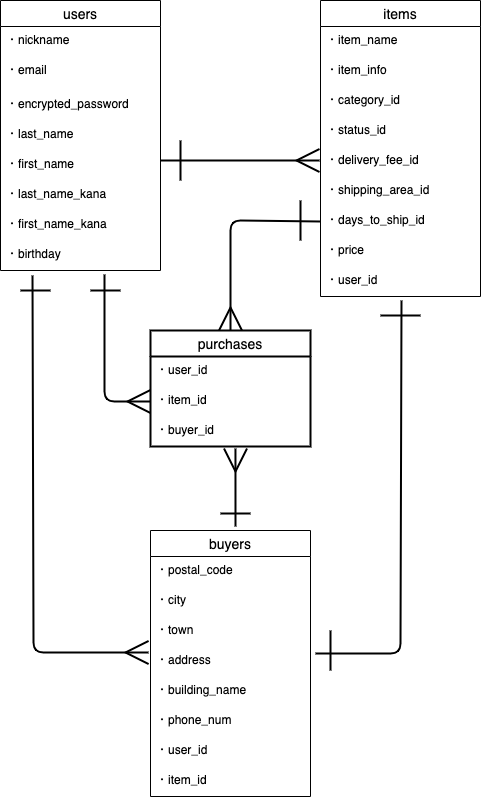
Earlier version of the draw.io export .drawio.png (spice-wasabi/furima-31827). Source tidied: cells renumbered, new cells last; positions are measured from the earlier drawing's top-left corner, leaving out a move shared by most shapes.
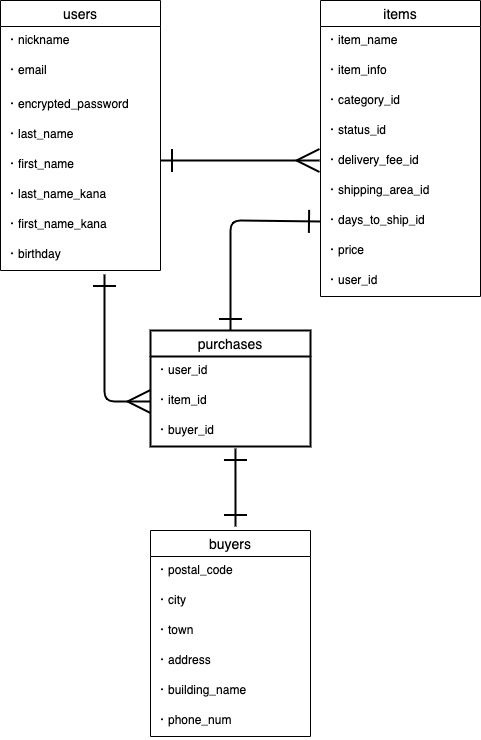
The same file after the commit.

What changed in the source:
```diff
@@ -59,49 +59,14 @@
     <mxCell id="20" value="・user_id" style="text;strokeColor=none;fillColor=none;spacingLeft=4;spacingRight=4;overflow=hidden;points=[[0,0.5],[1,0.5]];portConstraint=eastwest;fontSize=12;" parent="11" vertex="1">
       <mxGeometry y="266" width="160" height="30" as="geometry" />
     </mxCell>
-    <mxCell id="21" style="edgeStyle=entityRelationEdgeStyle;fontSize=12;html=1;endArrow=ERmany;strokeWidth=2;exitX=1.006;exitY=0;exitDx=0;exitDy=0;exitPerimeter=0;rounded=0;snapToPoint=0;endSize=20;" parent="1" edge="1">
+    <mxCell id="21" style="edgeStyle=entityRelationEdgeStyle;fontSize=12;html=1;endArrow=ERmany;strokeWidth=2;exitX=1.006;exitY=0;exitDx=0;exitDy=0;exitPerimeter=0;rounded=0;snapToPoint=0;endSize=20;startArrow=ERone;startFill=0;startSize=20;" parent="1" edge="1">
       <mxGeometry relative="1" as="geometry">
         <mxPoint x="160" y="160" as="sourcePoint" />
         <mxPoint x="319" y="160" as="targetPoint" />
       </mxGeometry>
     </mxCell>
-    <mxCell id="22" style="fontSize=12;html=1;endArrow=ERmany;strokeWidth=2;endSize=20;entryX=-0.012;entryY=0.2;entryDx=0;entryDy=0;entryPerimeter=0;exitX=0.2;exitY=1.167;exitDx=0;exitDy=0;exitPerimeter=0;" parent="1" edge="1" source="10" target="32">
-      <mxGeometry relative="1" as="geometry">
-        <Array as="points">
-          <mxPoint x="33" y="652" />
-        </Array>
-      </mxGeometry>
-    </mxCell>
-    <mxCell id="23" style="endArrow=none;html=1;rounded=1;strokeWidth=2;entryX=0.506;entryY=1.133;entryDx=0;entryDy=0;entryPerimeter=0;exitX=1.031;exitY=0.233;exitDx=0;exitDy=0;exitPerimeter=0;" parent="1" edge="1" source="32" target="20">
-      <mxGeometry relative="1" as="geometry">
-        <Array as="points">
-          <mxPoint x="400" y="653" />
-        </Array>
-      </mxGeometry>
-    </mxCell>
-    <mxCell id="24" style="line;strokeWidth=2;dashed=0;labelPosition=right;align=left;verticalAlign=middle;spacingTop=0;spacingLeft=6;" parent="1" vertex="1">
-      <mxGeometry x="380" y="310" width="40" height="10" as="geometry" />
-    </mxCell>
-    <mxCell id="25" style="endArrow=none;html=1;rounded=0;strokeWidth=2;" parent="1" edge="1">
-      <mxGeometry relative="1" as="geometry">
-        <mxPoint x="330" y="630" as="sourcePoint" />
-        <mxPoint x="330" y="670" as="targetPoint" />
-      </mxGeometry>
-    </mxCell>
-    <mxCell id="26" style="endArrow=none;html=1;rounded=0;strokeWidth=2;" parent="1" edge="1">
-      <mxGeometry relative="1" as="geometry">
-        <mxPoint x="20" y="290" as="sourcePoint" />
-        <mxPoint x="50" y="290" as="targetPoint" />
-      </mxGeometry>
-    </mxCell>
-    <mxCell id="27" style="endArrow=none;html=1;rounded=0;strokeWidth=2;" parent="1" edge="1">
-      <mxGeometry relative="1" as="geometry">
-        <mxPoint x="180" y="140" as="sourcePoint" />
-        <mxPoint x="180" y="180" as="targetPoint" />
-      </mxGeometry>
-    </mxCell>
     <mxCell id="28" value="buyers" style="swimlane;fontStyle=0;horizontal=1;startSize=26;align=center;fontSize=14;" parent="1" vertex="1">
-      <mxGeometry x="150" y="530" width="160" height="266" as="geometry" />
+      <mxGeometry x="150" y="530" width="160" height="206" as="geometry" />
     </mxCell>
     <mxCell id="29" value="・postal_code" style="text;strokeColor=none;fillColor=none;spacingLeft=4;spacingRight=4;overflow=hidden;fontSize=12;" parent="28" vertex="1">
       <mxGeometry y="26" width="160" height="30" as="geometry" />
@@ -121,12 +86,6 @@
     <mxCell id="34" value="・phone_num" style="text;strokeColor=none;fillColor=none;spacingLeft=4;spacingRight=4;overflow=hidden;fontSize=12;" parent="28" vertex="1">
       <mxGeometry y="176" width="160" height="30" as="geometry" />
     </mxCell>
-    <mxCell id="35" value="・user_id" style="text;strokeColor=none;fillColor=none;spacingLeft=4;spacingRight=4;overflow=hidden;fontSize=12;" parent="28" vertex="1">
-      <mxGeometry y="206" width="160" height="30" as="geometry" />
-    </mxCell>
-    <mxCell id="36" value="・item_id" style="text;strokeColor=none;fillColor=none;spacingLeft=4;spacingRight=4;overflow=hidden;fontSize=12;" parent="28" vertex="1">
-      <mxGeometry y="236" width="160" height="30" as="geometry" />
-    </mxCell>
     <mxCell id="37" value="purchases" style="swimlane;fontStyle=0;horizontal=1;startSize=26;align=center;fontSize=14;strokeWidth=2;" parent="1" vertex="1">
       <mxGeometry x="150" y="330" width="160" height="116" as="geometry" />
     </mxCell>
@@ -139,42 +98,24 @@
     <mxCell id="40" value="・buyer_id" style="text;strokeColor=none;fillColor=none;spacingLeft=4;spacingRight=4;overflow=hidden;points=[[0,0.5],[1,0.5]];portConstraint=eastwest;fontSize=12;" parent="37" vertex="1">
       <mxGeometry y="86" width="160" height="30" as="geometry" />
     </mxCell>
-    <mxCell id="41" style="fontSize=12;html=1;endArrow=ERmany;startArrow=none;strokeWidth=2;entryX=0.531;entryY=1.067;entryDx=0;entryDy=0;entryPerimeter=0;startSize=20;endSize=20;startFill=0;" parent="1" edge="1" target="40">
+    <mxCell id="41" style="fontSize=12;html=1;endArrow=ERone;startArrow=ERone;strokeWidth=2;entryX=0.531;entryY=1.067;entryDx=0;entryDy=0;entryPerimeter=0;startSize=20;endSize=20;startFill=0;endFill=0;" parent="1" edge="1" target="40">
       <mxGeometry relative="1" as="geometry">
         <mxPoint x="235" y="526" as="sourcePoint" />
       </mxGeometry>
     </mxCell>
-    <mxCell id="42" style="fontSize=12;html=1;endArrow=none;startArrow=ERmany;strokeWidth=2;entryX=0.65;entryY=1.133;entryDx=0;entryDy=0;entryPerimeter=0;exitX=0;exitY=0.5;exitDx=0;exitDy=0;endSize=20;startSize=20;endFill=0;" parent="1" edge="1" source="39" target="10">
+    <mxCell id="42" style="fontSize=12;html=1;endArrow=ERone;startArrow=ERmany;strokeWidth=2;entryX=0.65;entryY=1.133;entryDx=0;entryDy=0;entryPerimeter=0;exitX=0;exitY=0.5;exitDx=0;exitDy=0;endSize=20;startSize=20;endFill=0;" parent="1" edge="1" source="39" target="10">
       <mxGeometry relative="1" as="geometry">
         <Array as="points">
           <mxPoint x="104" y="401" />
         </Array>
       </mxGeometry>
     </mxCell>
-    <mxCell id="43" style="fontSize=12;html=1;endArrow=none;startArrow=ERmany;strokeWidth=2;entryX=0;entryY=0.5;entryDx=0;entryDy=0;exitX=0.5;exitY=0;exitDx=0;exitDy=0;endSize=20;startSize=20;endFill=0;" parent="1" edge="1" source="37" target="18">
+    <mxCell id="43" style="fontSize=12;html=1;endArrow=ERone;startArrow=ERone;strokeWidth=2;entryX=0;entryY=0.5;entryDx=0;entryDy=0;exitX=0.5;exitY=0;exitDx=0;exitDy=0;endSize=20;startSize=20;endFill=0;startFill=0;" parent="1" edge="1" source="37" target="18">
       <mxGeometry relative="1" as="geometry">
         <Array as="points">
           <mxPoint x="230" y="220" />
         </Array>
       </mxGeometry>
     </mxCell>
-    <mxCell id="44" style="endArrow=none;html=1;rounded=0;strokeWidth=2;" parent="1" edge="1">
-      <mxGeometry relative="1" as="geometry">
-        <mxPoint x="300" y="200" as="sourcePoint" />
-        <mxPoint x="300" y="240" as="targetPoint" />
-      </mxGeometry>
-    </mxCell>
-    <mxCell id="45" style="endArrow=none;html=1;rounded=0;strokeWidth=2;" parent="1" edge="1">
-      <mxGeometry relative="1" as="geometry">
-        <mxPoint x="90" y="290" as="sourcePoint" />
-        <mxPoint x="120" y="290" as="targetPoint" />
-      </mxGeometry>
-    </mxCell>
-    <mxCell id="46" style="endArrow=none;html=1;rounded=0;strokeWidth=2;" parent="1" edge="1">
-      <mxGeometry relative="1" as="geometry">
-        <mxPoint x="220" y="513" as="sourcePoint" />
-        <mxPoint x="250" y="513" as="targetPoint" />
-      </mxGeometry>
-    </mxCell>
   </root>
 </mxGraphModel>
```
